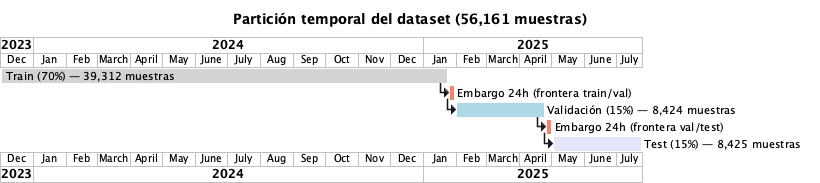
Above: public/figures/fig_temporal_split.png in alejandrogonzalz/trading_management (PlantUML), before the change. Its source is kept beside it as public/figures/src/fig_temporal_split.puml. Source of this version:
```plantuml
@startgantt
title Partición temporal del dataset (56,161 muestras)
printscale monthly
skinparam shadowing false

Project starts 2023-12-01

[Train (70%) — 39,312 muestras] lasts 60 weeks
[Embargo 24h (frontera train/val)] lasts 1 weeks
[Embargo 24h (frontera train/val)] starts at [Train (70%) — 39,312 muestras]'s end
[Validación (15%) — 8,424 muestras] lasts 12 weeks
[Validación (15%) — 8,424 muestras] starts at [Embargo 24h (frontera train/val)]'s end
[Embargo 24h (frontera val/test)] lasts 1 weeks
[Embargo 24h (frontera val/test)] starts at [Validación (15%) — 8,424 muestras]'s end
[Test (15%) — 8,425 muestras] lasts 12 weeks
[Test (15%) — 8,425 muestras] starts at [Embargo 24h (frontera val/test)]'s end

[Train (70%) — 39,312 muestras] is colored in LightGray
[Embargo 24h (frontera train/val)] is colored in Salmon
[Validación (15%) — 8,424 muestras] is colored in LightBlue
[Embargo 24h (frontera val/test)] is colored in Salmon
[Test (15%) — 8,425 muestras] is colored in Lavender
@endgantt
```
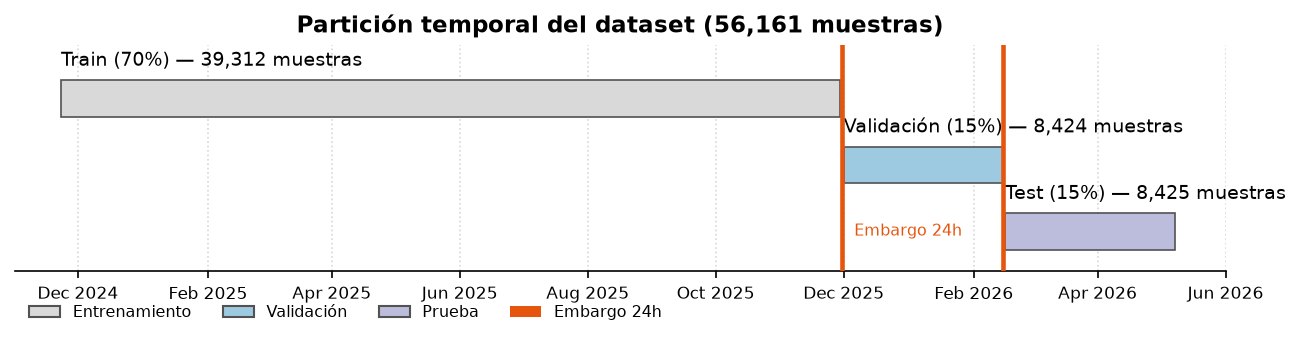
After the commit.

Change to the diagram source:
```diff
@@ -3,16 +3,16 @@
 printscale monthly
 skinparam shadowing false
 
-Project starts 2023-12-01
+Project starts 2024-11-23
 
-[Train (70%) — 39,312 muestras] lasts 60 weeks
+[Train (70%) — 39,312 muestras] lasts 51 weeks
 [Embargo 24h (frontera train/val)] lasts 1 weeks
 [Embargo 24h (frontera train/val)] starts at [Train (70%) — 39,312 muestras]'s end
-[Validación (15%) — 8,424 muestras] lasts 12 weeks
+[Validación (15%) — 8,424 muestras] lasts 11 weeks
 [Validación (15%) — 8,424 muestras] starts at [Embargo 24h (frontera train/val)]'s end
 [Embargo 24h (frontera val/test)] lasts 1 weeks
 [Embargo 24h (frontera val/test)] starts at [Validación (15%) — 8,424 muestras]'s end
-[Test (15%) — 8,425 muestras] lasts 12 weeks
+[Test (15%) — 8,425 muestras] lasts 11 weeks
 [Test (15%) — 8,425 muestras] starts at [Embargo 24h (frontera val/test)]'s end
 
 [Train (70%) — 39,312 muestras] is colored in LightGray
```
